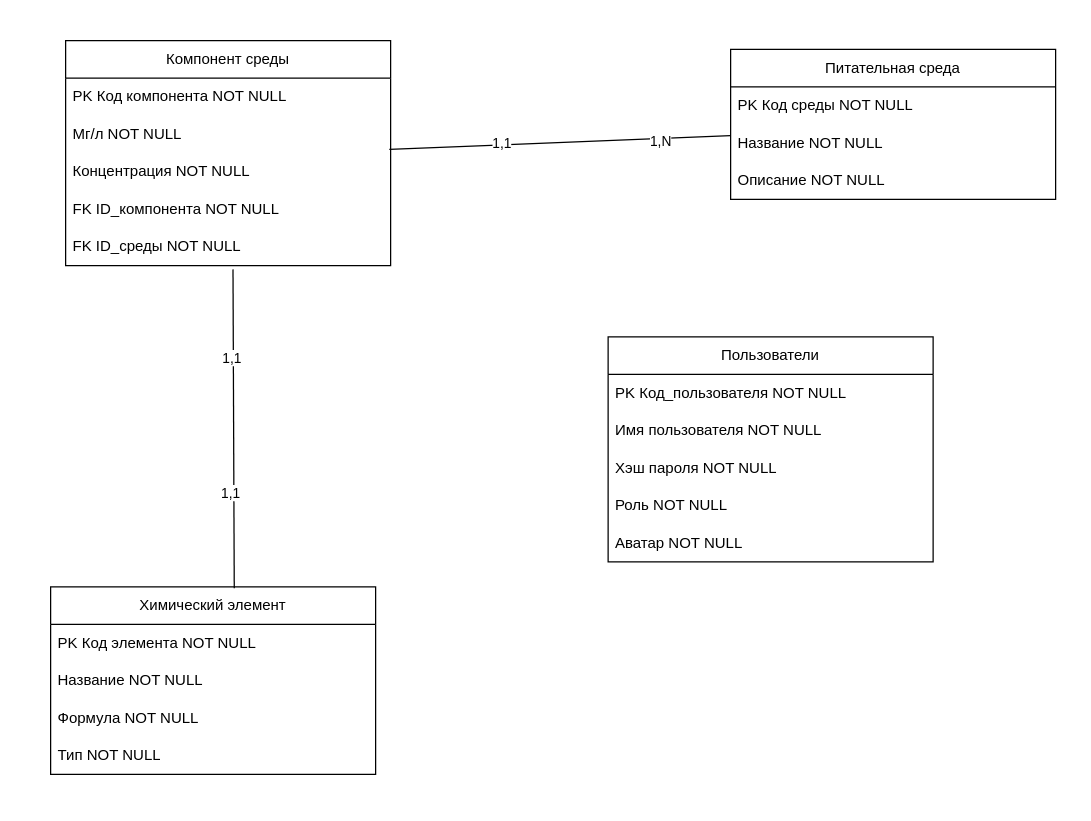
The draw.io diagram logical_diagram.drawio in eva01pilot/plant-tissue-diagrams, before the edit. Source tidied: cells renumbered, new cells numbered last; positions are measured from the earlier drawing's top-left corner, leaving out a move shared by most shapes. Both pictures are drawn from the tidied source at 125%, with x=0, y=0 at pixel (50, 40).
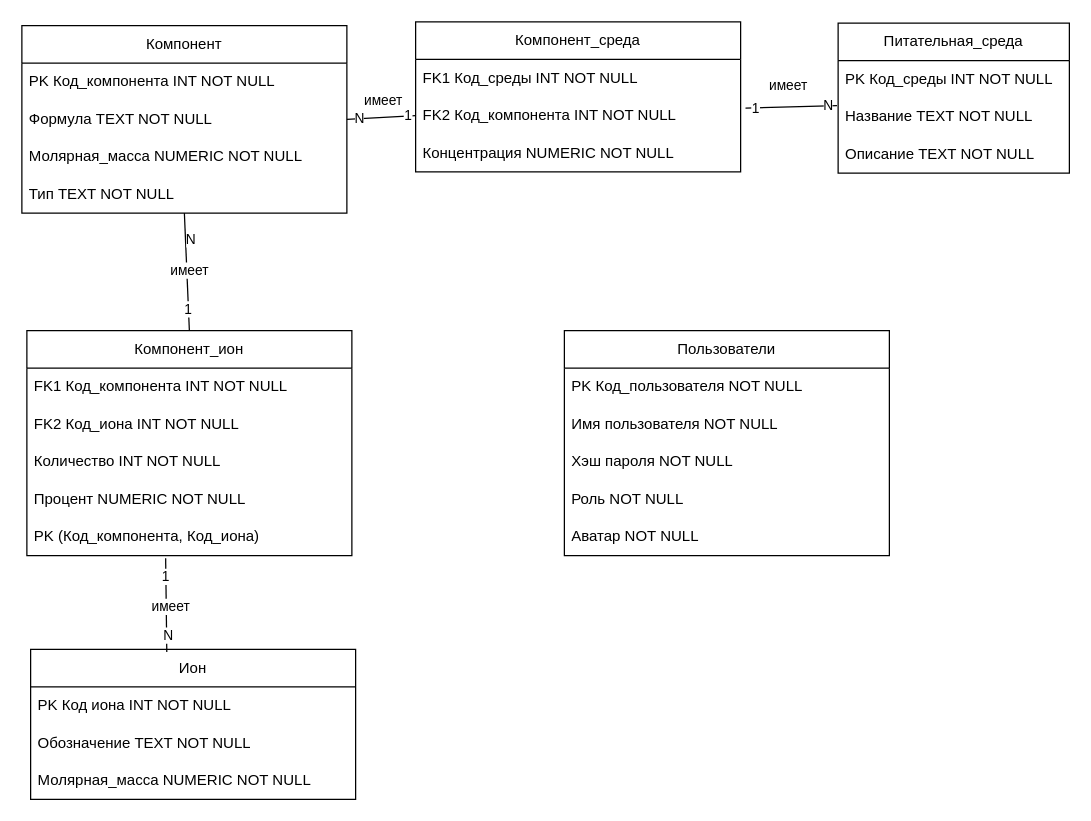
The same page after the edit.

Change to the diagram source:
```diff
@@
-    <mxCell id="2" value="Химический элемент" style="swimlane;fontStyle=0;horizontal=1;startSize=30;whiteSpace=wrap;html=1;" parent="1" vertex="1">
-      <mxGeometry y="437" width="260" height="150" as="geometry" />
+    <mxCell id="2" value="Ион" style="swimlane;fontStyle=0;horizontal=1;startSize=30;whiteSpace=wrap;html=1;" parent="1" vertex="1">
+      <mxGeometry x="-16" y="487" width="260" height="120" as="geometry" />
     </mxCell>
-    <mxCell id="3" value="PK Код элемента NOT NULL" style="text;strokeColor=none;fillColor=none;align=left;verticalAlign=middle;spacingLeft=4;spacingRight=4;overflow=hidden;whiteSpace=wrap;html=1;" parent="2" vertex="1">
+    <mxCell id="3" value="PK Код иона INT NOT NULL" style="text;strokeColor=none;fillColor=none;align=left;verticalAlign=middle;spacingLeft=4;spacingRight=4;overflow=hidden;whiteSpace=wrap;html=1;" parent="2" vertex="1">
       <mxGeometry y="30" width="260" height="30" as="geometry" />
     </mxCell>
-    <mxCell id="4" value="&lt;div&gt;Название NOT NULL&lt;br&gt;&lt;/div&gt;" style="text;strokeColor=none;fillColor=none;align=left;verticalAlign=middle;spacingLeft=4;spacingRight=4;overflow=hidden;whiteSpace=wrap;html=1;" parent="2" vertex="1">
+    <mxCell id="4" value="&lt;div&gt;Обозначение TEXT NOT NULL&lt;br&gt;&lt;/div&gt;" style="text;strokeColor=none;fillColor=none;align=left;verticalAlign=middle;spacingLeft=4;spacingRight=4;overflow=hidden;whiteSpace=wrap;html=1;" parent="2" vertex="1">
       <mxGeometry y="60" width="260" height="30" as="geometry" />
     </mxCell>
-    <mxCell id="5" value="Формула NOT NULL" style="text;strokeColor=none;fillColor=none;align=left;verticalAlign=middle;spacingLeft=4;spacingRight=4;overflow=hidden;whiteSpace=wrap;html=1;" parent="2" vertex="1">
+    <mxCell id="5" value="Молярная_масса NUMERIC NOT NULL" style="text;strokeColor=none;fillColor=none;align=left;verticalAlign=middle;spacingLeft=4;spacingRight=4;overflow=hidden;whiteSpace=wrap;html=1;" parent="2" vertex="1">
       <mxGeometry y="90" width="260" height="30" as="geometry" />
     </mxCell>
-    <mxCell id="6" value="Тип NOT NULL" style="text;strokeColor=none;fillColor=none;align=left;verticalAlign=middle;spacingLeft=4;spacingRight=4;overflow=hidden;whiteSpace=wrap;html=1;" parent="2" vertex="1">
-      <mxGeometry y="120" width="260" height="30" as="geometry" />
-    </mxCell>
-    <mxCell id="7" value="Питательная среда" style="swimlane;fontStyle=0;horizontal=1;startSize=30;whiteSpace=wrap;html=1;" parent="1" vertex="1">
-      <mxGeometry x="544" y="7" width="260" height="120" as="geometry" />
+    <mxCell id="7" value="Питательная_среда" style="swimlane;fontStyle=0;horizontal=1;startSize=30;whiteSpace=wrap;html=1;" parent="1" vertex="1">
+      <mxGeometry x="630" y="-14" width="185" height="120" as="geometry" />
     </mxCell>
-    <mxCell id="8" value="PK Код среды NOT NULL" style="text;strokeColor=none;fillColor=none;align=left;verticalAlign=middle;spacingLeft=4;spacingRight=4;overflow=hidden;whiteSpace=wrap;html=1;" parent="7" vertex="1">
-      <mxGeometry y="30" width="260" height="30" as="geometry" />
+    <mxCell id="8" value="PK Код_среды INT NOT NULL" style="text;strokeColor=none;fillColor=none;align=left;verticalAlign=middle;spacingLeft=4;spacingRight=4;overflow=hidden;whiteSpace=wrap;html=1;" parent="7" vertex="1">
+      <mxGeometry y="30" width="185" height="30" as="geometry" />
     </mxCell>
-    <mxCell id="9" value="Название NOT NULL" style="text;strokeColor=none;fillColor=none;align=left;verticalAlign=middle;spacingLeft=4;spacingRight=4;overflow=hidden;points=[[0,0.5],[1,0.5]];portConstraint=eastwest;whiteSpace=wrap;html=1;" parent="7" vertex="1">
-      <mxGeometry y="60" width="260" height="30" as="geometry" />
+    <mxCell id="9" value="Название TEXT NOT NULL" style="text;strokeColor=none;fillColor=none;align=left;verticalAlign=middle;spacingLeft=4;spacingRight=4;overflow=hidden;points=[[0,0.5],[1,0.5]];portConstraint=eastwest;whiteSpace=wrap;html=1;" parent="7" vertex="1">
+      <mxGeometry y="60" width="185" height="30" as="geometry" />
     </mxCell>
-    <mxCell id="10" value="Описание NOT NULL" style="text;strokeColor=none;fillColor=none;align=left;verticalAlign=middle;spacingLeft=4;spacingRight=4;overflow=hidden;whiteSpace=wrap;html=1;" parent="7" vertex="1">
-      <mxGeometry y="90" width="260" height="30" as="geometry" />
+    <mxCell id="10" value="Описание TEXT NOT NULL" style="text;strokeColor=none;fillColor=none;align=left;verticalAlign=middle;spacingLeft=4;spacingRight=4;overflow=hidden;whiteSpace=wrap;html=1;" parent="7" vertex="1">
+      <mxGeometry y="90" width="185" height="30" as="geometry" />
     </mxCell>
-    <mxCell id="11" value="Компонент среды" style="swimlane;fontStyle=0;horizontal=1;startSize=30;whiteSpace=wrap;html=1;" parent="1" vertex="1">
-      <mxGeometry x="12" width="260" height="180" as="geometry" />
+    <mxCell id="11" value="Компонент" style="swimlane;fontStyle=0;horizontal=1;startSize=30;whiteSpace=wrap;html=1;" parent="1" vertex="1">
+      <mxGeometry x="-23" y="-12" width="260" height="150" as="geometry" />
     </mxCell>
-    <mxCell id="12" value="&lt;div&gt;PK Код компонента NOT NULL&lt;/div&gt;" style="text;strokeColor=none;fillColor=none;align=left;verticalAlign=middle;spacingLeft=4;spacingRight=4;overflow=hidden;whiteSpace=wrap;html=1;" parent="11" vertex="1">
+    <mxCell id="12" value="&lt;div&gt;PK Код_компонента INT NOT NULL&lt;/div&gt;" style="text;strokeColor=none;fillColor=none;align=left;verticalAlign=middle;spacingLeft=4;spacingRight=4;overflow=hidden;whiteSpace=wrap;html=1;" parent="11" vertex="1">
       <mxGeometry y="30" width="260" height="30" as="geometry" />
     </mxCell>
-    <mxCell id="13" value="Мг/л NOT NULL" style="text;strokeColor=none;fillColor=none;align=left;verticalAlign=middle;spacingLeft=4;spacingRight=4;overflow=hidden;whiteSpace=wrap;html=1;" parent="11" vertex="1">
-      <mxGeometry y="60" width="260" height="30" as="geometry" />
-    </mxCell>
-    <mxCell id="14" value="Концентрация NOT NULL" style="text;strokeColor=none;fillColor=none;align=left;verticalAlign=middle;spacingLeft=4;spacingRight=4;overflow=hidden;points=[[0,0.5],[1,0.5]];portConstraint=eastwest;whiteSpace=wrap;html=1;" parent="11" vertex="1">
-      <mxGeometry y="90" width="260" height="30" as="geometry" />
-    </mxCell>
-    <mxCell id="15" value="FK ID_компонента NOT NULL" style="text;strokeColor=none;fillColor=none;align=left;verticalAlign=middle;spacingLeft=4;spacingRight=4;overflow=hidden;points=[[0,0.5],[1,0.5]];portConstraint=eastwest;whiteSpace=wrap;html=1;" parent="11" vertex="1">
-      <mxGeometry y="120" width="260" height="30" as="geometry" />
+    <mxCell id="15" value="Формула TEXT NOT NULL" style="text;strokeColor=none;fillColor=none;align=left;verticalAlign=middle;spacingLeft=4;spacingRight=4;overflow=hidden;points=[[0,0.5],[1,0.5]];portConstraint=eastwest;whiteSpace=wrap;html=1;" parent="11" vertex="1">
+      <mxGeometry y="60" width="260" height="30" as="geometry" />
     </mxCell>
-    <mxCell id="16" value="FK ID_среды NOT NULL" style="text;strokeColor=none;fillColor=none;align=left;verticalAlign=middle;spacingLeft=4;spacingRight=4;overflow=hidden;points=[[0,0.5],[1,0.5]];portConstraint=eastwest;whiteSpace=wrap;html=1;" parent="11" vertex="1">
-      <mxGeometry y="150" width="260" height="30" as="geometry" />
+    <mxCell id="16" value="Молярная_масса NUMERIC NOT NULL" style="text;strokeColor=none;fillColor=none;align=left;verticalAlign=middle;spacingLeft=4;spacingRight=4;overflow=hidden;points=[[0,0.5],[1,0.5]];portConstraint=eastwest;whiteSpace=wrap;html=1;" parent="11" vertex="1">
+      <mxGeometry y="90" width="260" height="30" as="geometry" />
     </mxCell>
+    <mxCell id="29" value="Тип TEXT NOT NULL" style="text;strokeColor=none;fillColor=none;align=left;verticalAlign=middle;spacingLeft=4;spacingRight=4;overflow=hidden;whiteSpace=wrap;html=1;" parent="11" vertex="1">
+      <mxGeometry y="120" width="260" height="30" as="geometry" />
+    </mxCell>
     <mxCell id="17" value="Пользователи" style="swimlane;fontStyle=0;horizontal=1;startSize=30;whiteSpace=wrap;html=1;" parent="1" vertex="1">
-      <mxGeometry x="446" y="237" width="260" height="180" as="geometry" />
+      <mxGeometry x="411" y="232" width="260" height="180" as="geometry" />
     </mxCell>
@@
-    <mxCell id="23" style="endArrow=none;html=1;rounded=0;exitX=0.565;exitY=0.007;exitDx=0;exitDy=0;exitPerimeter=0;entryX=0.515;entryY=1.1;entryDx=0;entryDy=0;entryPerimeter=0;" parent="1" edge="1" source="2" target="16">
-      <mxGeometry relative="1" as="geometry" />
-    </mxCell>
-    <mxCell id="24" value="1,1" style="edgeLabel;html=1;align=center;verticalAlign=middle;" parent="23" vertex="1">
-      <mxGeometry x="0.45" y="2" relative="1" as="geometry" />
-    </mxCell>
-    <mxCell id="25" value="1,1" style="edgeLabel;html=1;align=center;verticalAlign=middle;" parent="23" vertex="1">
-      <mxGeometry x="-0.4" y="3" relative="1" as="geometry" />
-    </mxCell>
-    <mxCell id="26" style="endArrow=none;html=1;rounded=0;exitX=0.996;exitY=-0.1;exitDx=0;exitDy=0;exitPerimeter=0;entryX=0;entryY=0.3;entryDx=0;entryDy=0;entryPerimeter=0;" parent="1" edge="1" source="14" target="9">
-      <mxGeometry relative="1" as="geometry" />
-    </mxCell>
-    <mxCell id="27" value="1,1" style="edgeLabel;html=1;align=center;verticalAlign=middle;" parent="26" vertex="1">
-      <mxGeometry x="-0.34" y="2" relative="1" as="geometry" />
-    </mxCell>
-    <mxCell id="28" value="1,N" style="edgeLabel;html=1;align=center;verticalAlign=middle;" parent="26" vertex="1">
-      <mxGeometry x="0.59" y="-2" relative="1" as="geometry" />
-    </mxCell>
+    <mxCell id="30" value="Компонент_ион" style="swimlane;fontStyle=0;horizontal=1;startSize=30;whiteSpace=wrap;html=1;" parent="1" vertex="1">
+      <mxGeometry x="-19" y="232" width="260" height="180" as="geometry" />
+    </mxCell>
+    <mxCell id="31" value="&lt;div&gt;FK1 Код_компонента INT NOT NULL&lt;/div&gt;" style="text;strokeColor=none;fillColor=none;align=left;verticalAlign=middle;spacingLeft=4;spacingRight=4;overflow=hidden;whiteSpace=wrap;html=1;" parent="30" vertex="1">
+      <mxGeometry y="30" width="260" height="30" as="geometry" />
+    </mxCell>
+    <mxCell id="32" value="&lt;div&gt;FK2 Код_иона INT NOT NULL&lt;/div&gt;" style="text;strokeColor=none;fillColor=none;align=left;verticalAlign=middle;spacingLeft=4;spacingRight=4;overflow=hidden;whiteSpace=wrap;html=1;" parent="30" vertex="1">
+      <mxGeometry y="60" width="260" height="30" as="geometry" />
+    </mxCell>
+    <mxCell id="33" value="Количество INT NOT NULL" style="text;strokeColor=none;fillColor=none;align=left;verticalAlign=middle;spacingLeft=4;spacingRight=4;overflow=hidden;whiteSpace=wrap;html=1;" parent="30" vertex="1">
+      <mxGeometry y="90" width="260" height="30" as="geometry" />
+    </mxCell>
+    <mxCell id="34" value="Процент NUMERIC NOT NULL" style="text;strokeColor=none;fillColor=none;align=left;verticalAlign=middle;spacingLeft=4;spacingRight=4;overflow=hidden;whiteSpace=wrap;html=1;" parent="30" vertex="1">
+      <mxGeometry y="120" width="260" height="30" as="geometry" />
+    </mxCell>
+    <mxCell id="35" value="&lt;div&gt;PK (Код_компонента, Код_иона)&lt;br&gt;&lt;/div&gt;" style="text;strokeColor=none;fillColor=none;align=left;verticalAlign=middle;spacingLeft=4;spacingRight=4;overflow=hidden;points=[[0,0.5],[1,0.5]];portConstraint=eastwest;whiteSpace=wrap;html=1;" parent="30" vertex="1">
+      <mxGeometry y="150" width="260" height="30" as="geometry" />
+    </mxCell>
+    <mxCell id="36" style="endArrow=none;html=1;rounded=0;entryX=0.5;entryY=1;entryDx=0;entryDy=0;exitX=0.5;exitY=0;exitDx=0;exitDy=0;" parent="1" edge="1" source="30" target="11">
+      <mxGeometry relative="1" as="geometry" />
+    </mxCell>
+    <mxCell id="37" value="1" style="edgeLabel;html=1;align=center;verticalAlign=middle;" parent="36" vertex="1">
+      <mxGeometry x="-0.61" y="1" relative="1" as="geometry" />
+    </mxCell>
+    <mxCell id="38" value="N" style="edgeLabel;html=1;align=center;verticalAlign=middle;" parent="36" vertex="1">
+      <mxGeometry x="0.56" y="-4" relative="1" as="geometry" />
+    </mxCell>
+    <mxCell id="39" value="имеет" style="edgeLabel;html=1;align=center;verticalAlign=middle;" parent="36" vertex="1">
+      <mxGeometry x="0.02" y="-2" relative="1" as="geometry" />
+    </mxCell>
+    <mxCell id="40" style="endArrow=none;html=1;rounded=0;exitX=0.419;exitY=0.017;exitDx=0;exitDy=0;exitPerimeter=0;entryX=0.427;entryY=1.067;entryDx=0;entryDy=0;entryPerimeter=0;" parent="1" edge="1" source="2" target="35">
+      <mxGeometry relative="1" as="geometry" />
+    </mxCell>
+    <mxCell id="41" value="1" style="edgeLabel;html=1;align=center;verticalAlign=middle;" parent="40" vertex="1">
+      <mxGeometry x="0.62" y="1" relative="1" as="geometry" />
+    </mxCell>
+    <mxCell id="42" value="N" style="edgeLabel;html=1;align=center;verticalAlign=middle;" parent="40" vertex="1">
+      <mxGeometry x="-0.62" y="-1" relative="1" as="geometry" />
+    </mxCell>
+    <mxCell id="43" value="имеет" style="edgeLabel;html=1;align=center;verticalAlign=middle;" parent="40" vertex="1">
+      <mxGeometry x="-0.01" y="-3" relative="1" as="geometry" />
+    </mxCell>
+    <mxCell id="44" value="Компонент_среда" style="swimlane;fontStyle=0;horizontal=1;startSize=30;whiteSpace=wrap;html=1;" parent="1" vertex="1">
+      <mxGeometry x="292" y="-15" width="260" height="120" as="geometry" />
+    </mxCell>
+    <mxCell id="45" value="&lt;div&gt;FK1 Код_среды INT NOT NULL&lt;/div&gt;" style="text;strokeColor=none;fillColor=none;align=left;verticalAlign=middle;spacingLeft=4;spacingRight=4;overflow=hidden;whiteSpace=wrap;html=1;" parent="44" vertex="1">
+      <mxGeometry y="30" width="260" height="30" as="geometry" />
+    </mxCell>
+    <mxCell id="46" value="&lt;div&gt;FK2 Код_компонента INT NOT NULL&lt;/div&gt;" style="text;strokeColor=none;fillColor=none;align=left;verticalAlign=middle;spacingLeft=4;spacingRight=4;overflow=hidden;points=[[0,0.5],[1,0.5]];portConstraint=eastwest;whiteSpace=wrap;html=1;" parent="44" vertex="1">
+      <mxGeometry y="60" width="260" height="30" as="geometry" />
+    </mxCell>
+    <mxCell id="47" value="Концентрация NUMERIC NOT NULL" style="text;strokeColor=none;fillColor=none;align=left;verticalAlign=middle;spacingLeft=4;spacingRight=4;overflow=hidden;whiteSpace=wrap;html=1;" parent="44" vertex="1">
+      <mxGeometry y="90" width="260" height="30" as="geometry" />
+    </mxCell>
+    <mxCell id="48" style="endArrow=none;html=1;rounded=0;exitX=1;exitY=0.5;exitDx=0;exitDy=0;entryX=0;entryY=0.5;entryDx=0;entryDy=0;" parent="1" edge="1" source="15" target="46">
+      <mxGeometry relative="1" as="geometry" />
+    </mxCell>
+    <mxCell id="49" value="N" style="edgeLabel;html=1;align=center;verticalAlign=middle;" parent="48" vertex="1">
+      <mxGeometry x="-0.63" y="1" relative="1" as="geometry" />
+    </mxCell>
+    <mxCell id="50" value="1" style="edgeLabel;html=1;align=center;verticalAlign=middle;" parent="48" vertex="1">
+      <mxGeometry x="0.77" y="1" relative="1" as="geometry" />
+    </mxCell>
+    <mxCell id="51" value="имеет" style="edgeLabel;html=1;align=center;verticalAlign=middle;" parent="48" vertex="1">
+      <mxGeometry x="0.04" y="-1" relative="1" as="geometry">
+        <mxPoint x="-1" y="-15" as="offset" />
+      </mxGeometry>
+    </mxCell>
+    <mxCell id="52" style="endArrow=none;html=1;rounded=0;exitX=1.015;exitY=0.3;exitDx=0;exitDy=0;exitPerimeter=0;entryX=-0.005;entryY=0.2;entryDx=0;entryDy=0;entryPerimeter=0;" parent="1" edge="1" source="46" target="9">
+      <mxGeometry relative="1" as="geometry" />
+    </mxCell>
+    <mxCell id="53" value="имеет" style="edgeLabel;html=1;align=center;verticalAlign=middle;" parent="52" vertex="1">
+      <mxGeometry x="0.07" y="1" relative="1" as="geometry">
+        <mxPoint x="-5" y="-16" as="offset" />
+      </mxGeometry>
+    </mxCell>
+    <mxCell id="54" value="1" style="edgeLabel;html=1;align=center;verticalAlign=middle;" parent="52" vertex="1">
+      <mxGeometry x="-0.79" relative="1" as="geometry" />
+    </mxCell>
+    <mxCell id="55" value="N" style="edgeLabel;html=1;align=center;verticalAlign=middle;" parent="52" vertex="1">
+      <mxGeometry x="0.79" y="1" relative="1" as="geometry" />
+    </mxCell>
```
